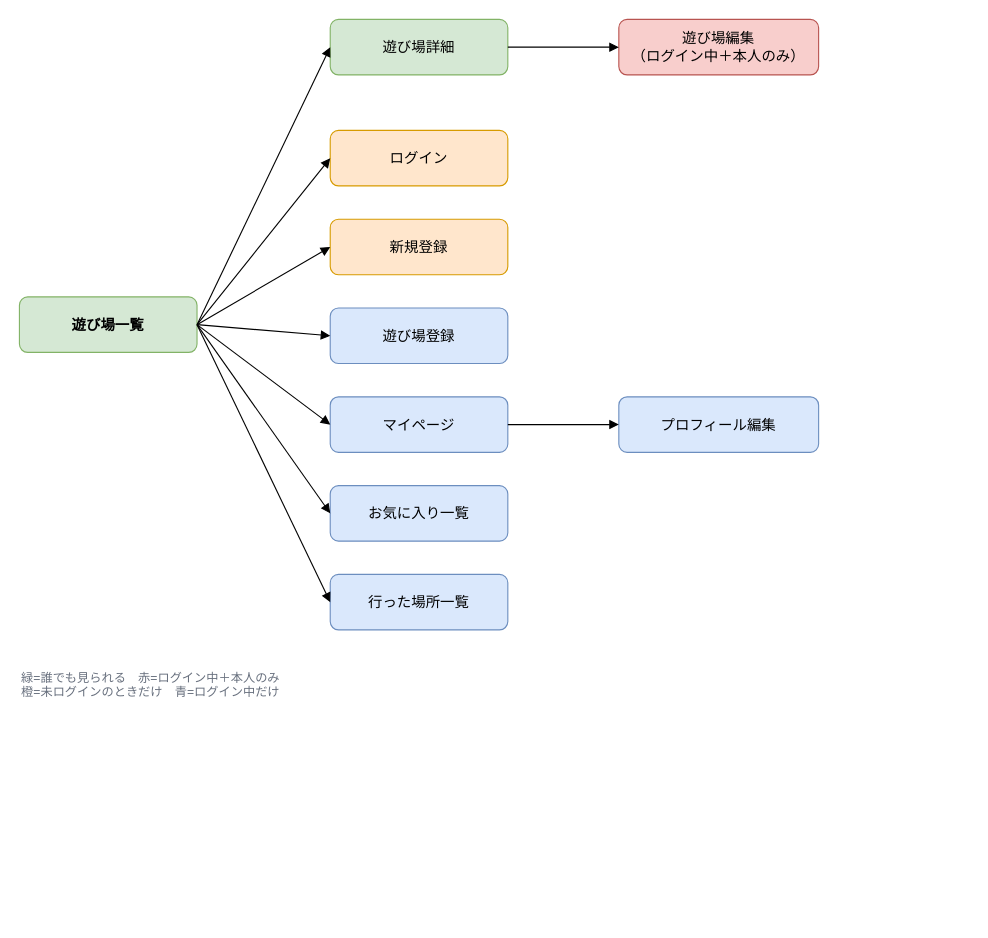
Earlier version of the draw.io diagram docs/images/screen-flow.drawio (bluewell-y/asobi-log). Source tidied: cells renumbered, new cells numbered last; positions are measured from the earlier drawing's top-left corner, leaving out a move shared by most shapes. Both pictures are drawn from the tidied source at 111%, with x=0, y=0 at pixel (19, 19).
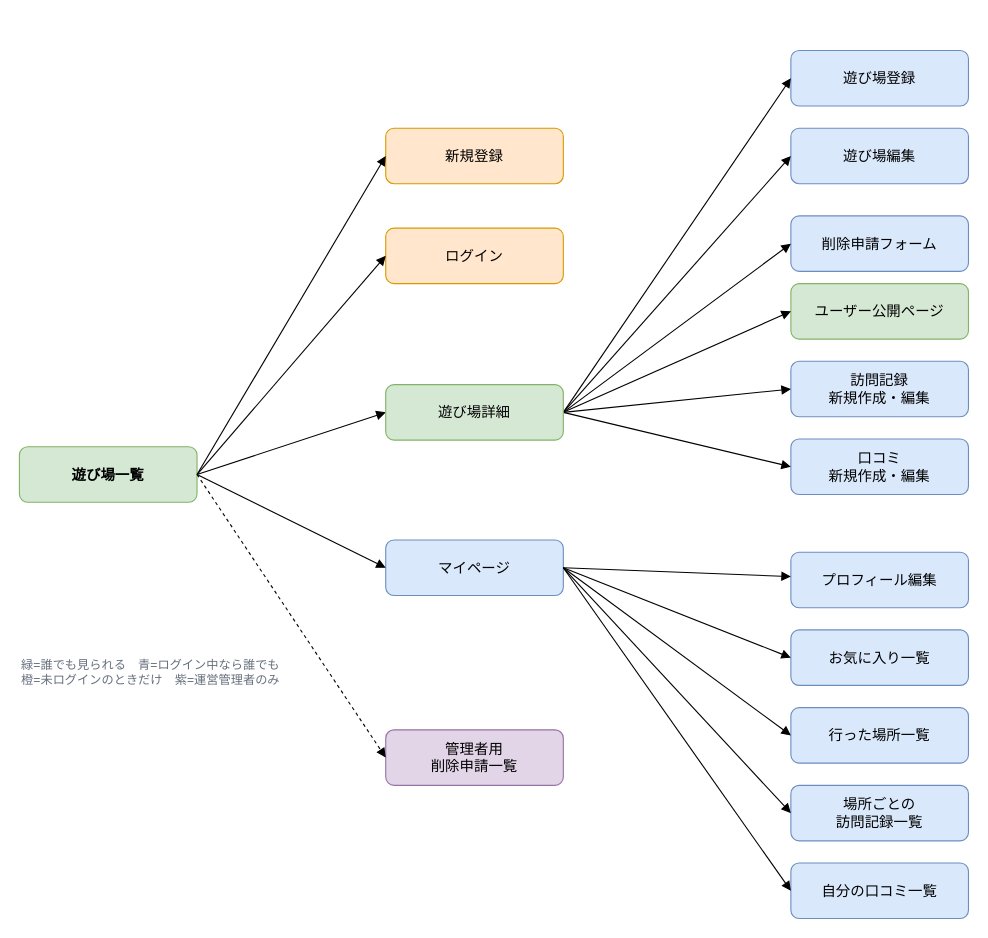
The same page after the edit.

Commit message (it also covers changes not shown here):
ER図・画面遷移図の更新

Diff of the diagram source:
```diff
@@
-<mxGraphModel>
+<mxGraphModel background="light-dark(#FFFFFF,#121212)">
@@
     <mxCell id="2" value="遊び場一覧" style="rounded=1;whiteSpace=wrap;html=1;fillColor=#d5e8d4;strokeColor=#82b366;fontStyle=1;fontSize=13;" parent="1" vertex="1">
-      <mxGeometry y="250" width="160" height="50" as="geometry" />
+      <mxGeometry y="385" width="160" height="50" as="geometry" />
     </mxCell>
-    <mxCell id="3" value="遊び場詳細" style="rounded=1;whiteSpace=wrap;html=1;fillColor=#d5e8d4;strokeColor=#82b366;fontSize=13;" parent="1" vertex="1">
-      <mxGeometry x="280" width="160" height="50" as="geometry" />
-    </mxCell>
-    <mxCell id="4" value="遊び場編集&#10;（ログイン中＋本人のみ）" style="rounded=1;whiteSpace=wrap;html=1;fillColor=#f8cecc;strokeColor=#b85450;fontSize=13;" parent="1" vertex="1">
-      <mxGeometry x="540" width="180" height="50" as="geometry" />
-    </mxCell>
     <mxCell id="5" value="ログイン" style="rounded=1;whiteSpace=wrap;html=1;fillColor=#ffe6cc;strokeColor=#d79b00;fontSize=13;" parent="1" vertex="1">
-      <mxGeometry x="280" y="100" width="160" height="50" as="geometry" />
+      <mxGeometry x="330" y="188" width="160" height="50" as="geometry" />
     </mxCell>
     <mxCell id="6" value="新規登録" style="rounded=1;whiteSpace=wrap;html=1;fillColor=#ffe6cc;strokeColor=#d79b00;fontSize=13;" parent="1" vertex="1">
-      <mxGeometry x="280" y="180" width="160" height="50" as="geometry" />
+      <mxGeometry x="330" y="98" width="160" height="50" as="geometry" />
     </mxCell>
+    <mxCell id="8" value="マイページ" style="rounded=1;whiteSpace=wrap;html=1;fillColor=#dae8fc;strokeColor=#6c8ebf;fontSize=13;" parent="1" vertex="1">
+      <mxGeometry x="330" y="469" width="160" height="50" as="geometry" />
+    </mxCell>
     <mxCell id="7" value="遊び場登録" style="rounded=1;whiteSpace=wrap;html=1;fillColor=#dae8fc;strokeColor=#6c8ebf;fontSize=13;" parent="1" vertex="1">
-      <mxGeometry x="280" y="260" width="160" height="50" as="geometry" />
+      <mxGeometry x="695" y="28" width="160" height="50" as="geometry" />
     </mxCell>
-    <mxCell id="8" value="マイページ" style="rounded=1;whiteSpace=wrap;html=1;fillColor=#dae8fc;strokeColor=#6c8ebf;fontSize=13;" parent="1" vertex="1">
-      <mxGeometry x="280" y="340" width="160" height="50" as="geometry" />
-    </mxCell>
+    <mxCell id="4" value="遊び場編集" style="rounded=1;whiteSpace=wrap;html=1;fillColor=#dae8fc;strokeColor=#6c8ebf;fontSize=13;" parent="1" vertex="1">
+      <mxGeometry x="695" y="98" width="160" height="50" as="geometry" />
+    </mxCell>
+    <mxCell id="22" value="削除申請フォーム" style="rounded=1;whiteSpace=wrap;html=1;fillColor=#dae8fc;strokeColor=#6c8ebf;fontSize=13;" parent="1" vertex="1">
+      <mxGeometry x="695" y="177" width="160" height="50" as="geometry" />
+    </mxCell>
+    <mxCell id="23" value="ユーザー公開ページ" style="rounded=1;whiteSpace=wrap;html=1;fillColor=#d5e8d4;strokeColor=#82b366;fontSize=13;" parent="1" vertex="1">
+      <mxGeometry x="695" y="238" width="160" height="50" as="geometry" />
+    </mxCell>
+    <mxCell id="24" value="訪問記録&#10;新規作成・編集" style="rounded=1;whiteSpace=wrap;html=1;fillColor=#dae8fc;strokeColor=#6c8ebf;fontSize=13;" parent="1" vertex="1">
+      <mxGeometry x="695" y="308" width="160" height="50" as="geometry" />
+    </mxCell>
+    <mxCell id="25" value="口コミ&#10;新規作成・編集" style="rounded=1;whiteSpace=wrap;html=1;fillColor=#dae8fc;strokeColor=#6c8ebf;fontSize=13;" parent="1" vertex="1">
+      <mxGeometry x="695" y="378" width="160" height="50" as="geometry" />
+    </mxCell>
     <mxCell id="9" value="プロフィール編集" style="rounded=1;whiteSpace=wrap;html=1;fillColor=#dae8fc;strokeColor=#6c8ebf;fontSize=13;" parent="1" vertex="1">
-      <mxGeometry x="540" y="340" width="180" height="50" as="geometry" />
+      <mxGeometry x="695" y="480" width="160" height="50" as="geometry" />
     </mxCell>
     <mxCell id="10" value="お気に入り一覧" style="rounded=1;whiteSpace=wrap;html=1;fillColor=#dae8fc;strokeColor=#6c8ebf;fontSize=13;" parent="1" vertex="1">
-      <mxGeometry x="280" y="420" width="160" height="50" as="geometry" />
+      <mxGeometry x="695" y="550" width="160" height="50" as="geometry" />
     </mxCell>
     <mxCell id="11" value="行った場所一覧" style="rounded=1;whiteSpace=wrap;html=1;fillColor=#dae8fc;strokeColor=#6c8ebf;fontSize=13;" parent="1" vertex="1">
-      <mxGeometry x="280" y="500" width="160" height="50" as="geometry" />
+      <mxGeometry x="695" y="620" width="160" height="50" as="geometry" />
     </mxCell>
-    <mxCell id="12" value="緑=誰でも見られる　赤=ログイン中＋本人のみ&#10;橙=未ログインのときだけ　青=ログイン中だけ" style="text;html=1;align=left;verticalAlign=top;fontSize=11;fontColor=#676f7d;" parent="1" vertex="1">
-      <mxGeometry y="580" width="420" height="40" as="geometry" />
-    </mxCell>
+    <mxCell id="26" value="場所ごとの&#10;訪問記録一覧" style="rounded=1;whiteSpace=wrap;html=1;fillColor=#dae8fc;strokeColor=#6c8ebf;fontSize=13;" parent="1" vertex="1">
+      <mxGeometry x="695" y="690" width="160" height="50" as="geometry" />
+    </mxCell>
+    <mxCell id="27" value="自分の口コミ一覧" style="rounded=1;whiteSpace=wrap;html=1;fillColor=#dae8fc;strokeColor=#6c8ebf;fontSize=13;" parent="1" vertex="1">
+      <mxGeometry x="695" y="760" width="160" height="50" as="geometry" />
+    </mxCell>
+    <mxCell id="28" value="管理者用&#10;削除申請一覧" style="rounded=1;whiteSpace=wrap;html=1;fillColor=#e1d5e7;strokeColor=#9673a6;fontSize=13;" parent="1" vertex="1">
+      <mxGeometry x="330" y="640" width="160" height="50" as="geometry" />
+    </mxCell>
-    <mxCell id="13" style="html=1;endArrow=block;rounded=0;exitX=1;exitY=0.5;exitDx=0;exitDy=0;entryX=0;entryY=0.5;entryDx=0;entryDy=0;" parent="1" edge="1" source="2" target="3">
+    <mxCell id="13" style="html=1;endArrow=block;rounded=0;entryX=0;entryY=0.5;entryDx=0;entryDy=0;exitX=1;exitY=0.5;exitDx=0;exitDy=0;" parent="1" edge="1" source="2" target="3">
       <mxGeometry relative="1" as="geometry" />
     </mxCell>
-    <mxCell id="14" style="html=1;endArrow=block;rounded=0;exitX=1;exitY=0.5;exitDx=0;exitDy=0;entryX=0;entryY=0.5;entryDx=0;entryDy=0;" parent="1" edge="1" source="3" target="4">
+    <mxCell id="14" style="html=1;endArrow=block;rounded=0;entryX=0;entryY=0.5;entryDx=0;entryDy=0;exitX=1;exitY=0.5;exitDx=0;exitDy=0;" parent="1" edge="1" source="2" target="5">
       <mxGeometry relative="1" as="geometry" />
     </mxCell>
-    <mxCell id="15" style="html=1;endArrow=block;rounded=0;exitX=1;exitY=0.5;exitDx=0;exitDy=0;entryX=0;entryY=0.5;entryDx=0;entryDy=0;" parent="1" edge="1" source="2" target="5">
+    <mxCell id="15" style="html=1;endArrow=block;rounded=0;entryX=0;entryY=0.5;entryDx=0;entryDy=0;exitX=1;exitY=0.5;exitDx=0;exitDy=0;" parent="1" edge="1" source="2" target="6">
       <mxGeometry relative="1" as="geometry" />
     </mxCell>
-    <mxCell id="16" style="html=1;endArrow=block;rounded=0;exitX=1;exitY=0.5;exitDx=0;exitDy=0;entryX=0;entryY=0.5;entryDx=0;entryDy=0;" parent="1" edge="1" source="2" target="6">
+    <mxCell id="16" style="html=1;endArrow=block;rounded=0;exitX=1;exitY=0.5;exitDx=0;exitDy=0;entryX=0;entryY=0.5;entryDx=0;entryDy=0;" parent="1" edge="1" source="2" target="8">
       <mxGeometry relative="1" as="geometry" />
     </mxCell>
-    <mxCell id="17" style="html=1;endArrow=block;rounded=0;exitX=1;exitY=0.5;exitDx=0;exitDy=0;entryX=0;entryY=0.5;entryDx=0;entryDy=0;" parent="1" edge="1" source="2" target="7">
+    <mxCell id="17" style="html=1;endArrow=block;rounded=0;dashed=1;exitX=1;exitY=0.5;exitDx=0;exitDy=0;entryX=0;entryY=0.5;entryDx=0;entryDy=0;" parent="1" edge="1" source="2" target="28">
       <mxGeometry relative="1" as="geometry" />
     </mxCell>
-    <mxCell id="18" style="html=1;endArrow=block;rounded=0;exitX=1;exitY=0.5;exitDx=0;exitDy=0;entryX=0;entryY=0.5;entryDx=0;entryDy=0;" parent="1" edge="1" source="2" target="8">
+    <mxCell id="18" style="html=1;endArrow=block;rounded=0;entryX=0;entryY=0.5;entryDx=0;entryDy=0;exitX=1;exitY=0.5;exitDx=0;exitDy=0;" parent="1" edge="1" source="3" target="7">
       <mxGeometry relative="1" as="geometry" />
     </mxCell>
-    <mxCell id="19" style="html=1;endArrow=block;rounded=0;exitX=1;exitY=0.5;exitDx=0;exitDy=0;entryX=0;entryY=0.5;entryDx=0;entryDy=0;" parent="1" edge="1" source="8" target="9">
+    <mxCell id="19" style="html=1;endArrow=block;rounded=0;entryX=0;entryY=0.5;entryDx=0;entryDy=0;exitX=1;exitY=0.5;exitDx=0;exitDy=0;" parent="1" edge="1" source="3" target="4">
       <mxGeometry relative="1" as="geometry" />
     </mxCell>
-    <mxCell id="20" style="html=1;endArrow=block;rounded=0;exitX=1;exitY=0.5;exitDx=0;exitDy=0;entryX=0;entryY=0.5;entryDx=0;entryDy=0;" parent="1" edge="1" source="2" target="10">
+    <mxCell id="20" style="html=1;endArrow=block;rounded=0;entryX=0;entryY=0.5;entryDx=0;entryDy=0;exitX=1;exitY=0.5;exitDx=0;exitDy=0;" parent="1" edge="1" source="3" target="22">
       <mxGeometry relative="1" as="geometry" />
     </mxCell>
-    <mxCell id="21" style="html=1;endArrow=block;rounded=0;exitX=1;exitY=0.5;exitDx=0;exitDy=0;entryX=0;entryY=0.5;entryDx=0;entryDy=0;" parent="1" edge="1" source="2" target="11">
-      <mxGeometry relative="1" as="geometry" />
+    <mxCell id="21" style="html=1;endArrow=block;rounded=0;entryX=0;entryY=0.5;entryDx=0;entryDy=0;exitX=1;exitY=0.5;exitDx=0;exitDy=0;" parent="1" edge="1" source="3" target="23">
+      <mxGeometry x="-0.05" y="-5" relative="1" as="geometry">
+        <mxPoint x="-1" as="offset" />
+      </mxGeometry>
     </mxCell>
+    <mxCell id="29" style="html=1;endArrow=block;rounded=0;entryX=0;entryY=0.5;entryDx=0;entryDy=0;exitX=1;exitY=0.5;exitDx=0;exitDy=0;" parent="1" edge="1" source="3" target="24">
+      <mxGeometry relative="1" as="geometry" />
+    </mxCell>
+    <mxCell id="30" style="html=1;endArrow=block;rounded=0;entryX=0;entryY=0.5;entryDx=0;entryDy=0;exitX=1;exitY=0.5;exitDx=0;exitDy=0;" parent="1" edge="1" source="3" target="25">
+      <mxGeometry relative="1" as="geometry" />
+    </mxCell>
+    <mxCell id="31" style="html=1;endArrow=block;rounded=0;exitX=1;exitY=0.5;exitDx=0;exitDy=0;" parent="1" edge="1" source="8" target="9">
+      <mxGeometry relative="1" as="geometry" />
+    </mxCell>
+    <mxCell id="32" style="html=1;endArrow=block;rounded=0;exitX=1;exitY=0.5;exitDx=0;exitDy=0;entryX=0;entryY=0.5;entryDx=0;entryDy=0;" parent="1" edge="1" source="8" target="10">
+      <mxGeometry relative="1" as="geometry" />
+    </mxCell>
+    <mxCell id="33" style="html=1;endArrow=block;rounded=0;exitX=1;exitY=0.5;exitDx=0;exitDy=0;entryX=0;entryY=0.5;entryDx=0;entryDy=0;" parent="1" edge="1" source="8" target="11">
+      <mxGeometry relative="1" as="geometry" />
+    </mxCell>
+    <mxCell id="34" style="html=1;endArrow=block;rounded=0;exitX=1;exitY=0.5;exitDx=0;exitDy=0;entryX=0;entryY=0.5;entryDx=0;entryDy=0;" parent="1" edge="1" source="8" target="26">
+      <mxGeometry relative="1" as="geometry" />
+    </mxCell>
+    <mxCell id="35" style="html=1;endArrow=block;rounded=0;exitX=1;exitY=0.5;exitDx=0;exitDy=0;entryX=0;entryY=0.5;entryDx=0;entryDy=0;" parent="1" edge="1" source="8" target="27">
+      <mxGeometry relative="1" as="geometry" />
+    </mxCell>
+    <mxCell id="12" value="緑=誰でも見られる　青=ログイン中なら誰でも&#10;橙=未ログインのときだけ　紫=運営管理者のみ" style="text;html=1;align=left;verticalAlign=top;fontSize=11;fontColor=#676f7d;" parent="1" vertex="1">
+      <mxGeometry y="569" width="240" height="40" as="geometry" />
+    </mxCell>
+    <mxCell id="3" value="遊び場詳細" style="rounded=1;whiteSpace=wrap;html=1;fillColor=#d5e8d4;strokeColor=#82b366;fontSize=13;" parent="1" vertex="1">
+      <mxGeometry x="330" y="329" width="160" height="50" as="geometry" />
+    </mxCell>
```
